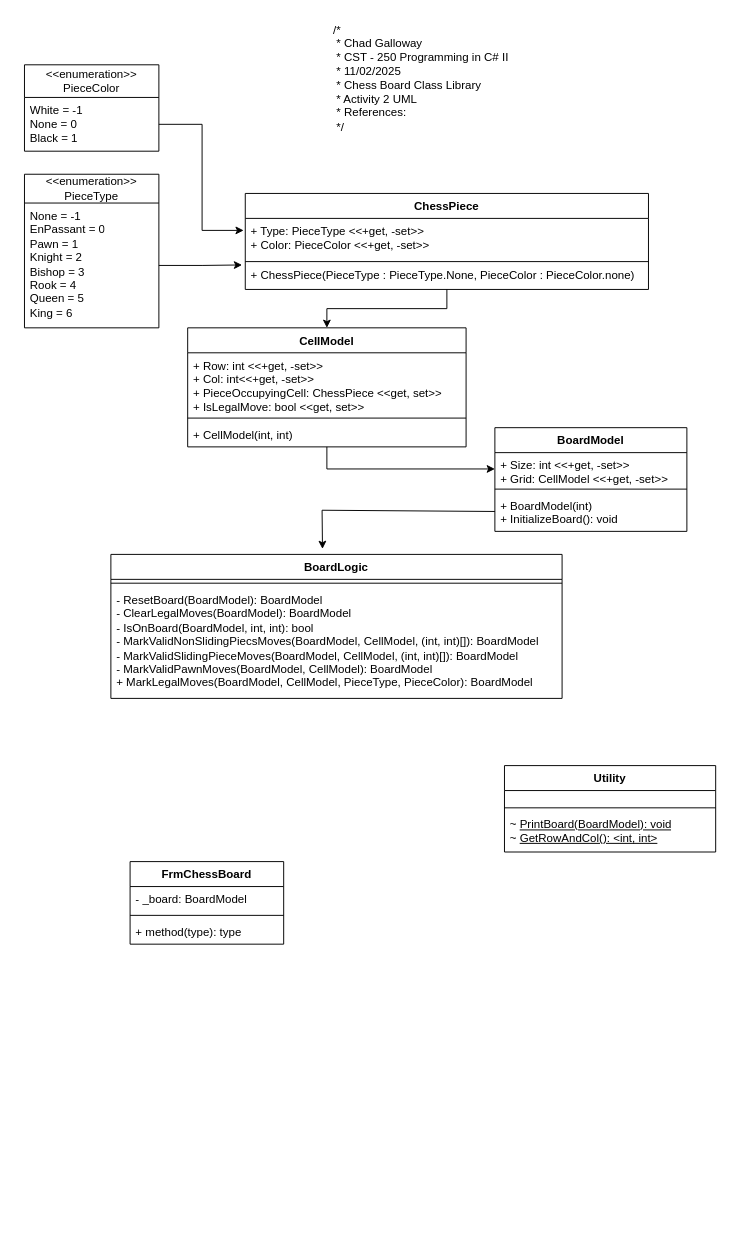
The draw.io diagram Activity 2/Pictures/Activity2_UML.drawio in CGalloway3/CST-250-Projects, before the edit. Source tidied: cells renumbered, new cells numbered last; positions are measured from the earlier drawing's top-left corner, leaving out a move shared by most shapes. Both pictures are drawn from the tidied source at 96%, with x=0, y=0 at pixel (24, 16).
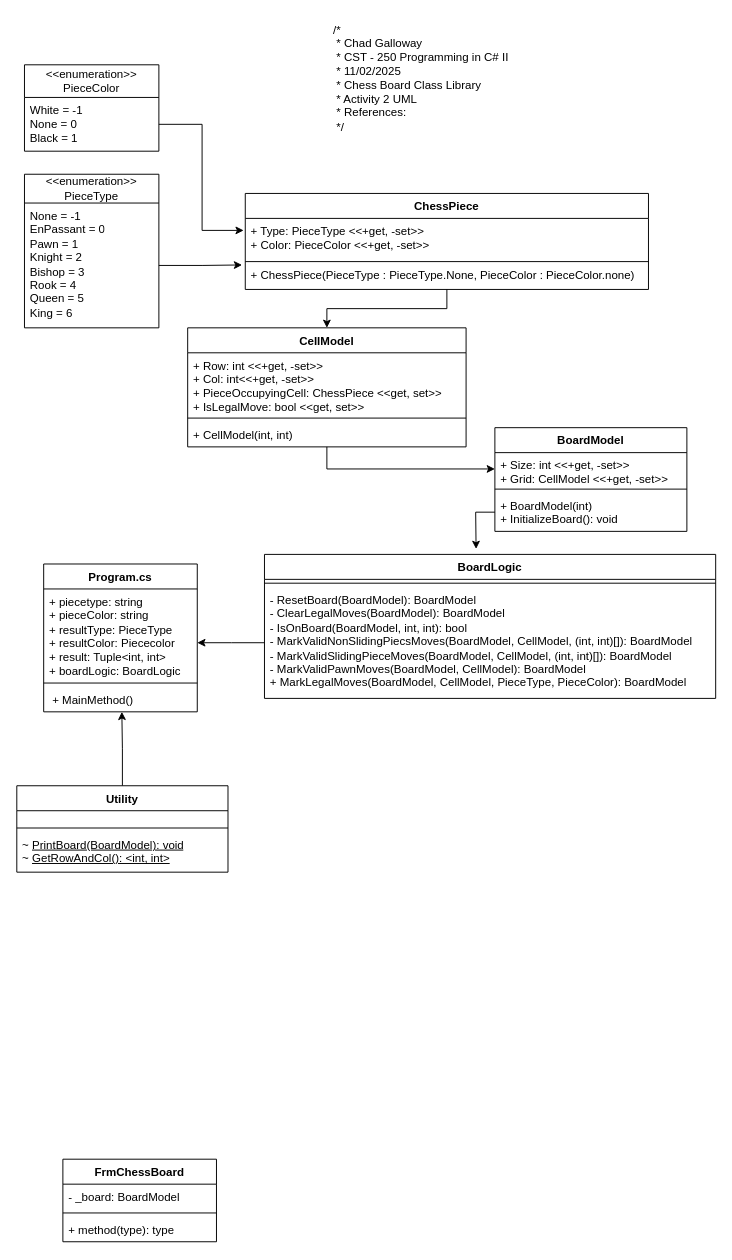
The same diagram, later.

Unchanged cells that the change refers to:
```xml
<mxCell id="10" value="+ BoardModel(int)&lt;div&gt;+ InitializeBoard(): void&lt;/div&gt;" style="text;strokeColor=none;fillColor=none;align=left;verticalAlign=top;spacingLeft=4;spacingRight=4;overflow=hidden;points=[[0,0.5],[1,0.5]];portConstraint=eastwest;whiteSpace=wrap;html=1;" parent="7" vertex="1">
  <mxGeometry y="68" width="200" height="40" as="geometry" />
</mxCell>
<mxCell id="13" value="- ResetBoard(BoardModel): BoardModel&lt;div&gt;- ClearLegalMoves(BoardModel): BoardModel&lt;br&gt;&lt;div&gt;- IsOnBoard(BoardModel, int, int): bool&lt;/div&gt;&lt;div&gt;- MarkValidNonSlidingPiecsMoves(BoardModel, CellModel, (int, int)[]): BoardModel&lt;/div&gt;&lt;div&gt;- MarkValidSlidingPieceMoves(&lt;span style=&quot;background-color: transparent; color: light-dark(rgb(0, 0, 0), rgb(255, 255, 255));&quot;&gt;BoardModel, CellModel, (int, int)[]): BoardModel&lt;/span&gt;&lt;/div&gt;&lt;div&gt;- MarkValidPawnMoves(BoardModel, CellModel): BoardModel&lt;/div&gt;&lt;div&gt;+ MarkLegalMoves(BoardModel, CellModel, PieceType, PieceColor): BoardModel&lt;/div&gt;&lt;div&gt;&lt;br&gt;&lt;/div&gt;&lt;/div&gt;" style="text;strokeColor=none;fillColor=none;align=left;verticalAlign=top;spacingLeft=4;spacingRight=4;overflow=hidden;points=[[0,0.5],[1,0.5]];portConstraint=eastwest;whiteSpace=wrap;html=1;" parent="11" vertex="1">
  <mxGeometry y="34" width="470" height="116" as="geometry" />
</mxCell>
```

What changed in the source:
```diff
@@
     <mxCell id="11" value="BoardLogic" style="swimlane;fontStyle=1;align=center;verticalAlign=top;horizontal=1;startSize=26;whiteSpace=wrap;html=1;" parent="1" vertex="1">
-      <mxGeometry x="90" y="560" width="470" height="150" as="geometry" />
+      <mxGeometry x="250" y="560" width="470" height="150" as="geometry" />
     </mxCell>
@@
+    <mxCell id="35" style="edgeStyle=orthogonalEdgeStyle;rounded=0;jettySize=auto;html=1;" parent="11" edge="1" source="13">
+      <mxGeometry relative="1" as="geometry">
+        <mxPoint x="-70" y="92" as="targetPoint" />
+      </mxGeometry>
+    </mxCell>
@@
+    <mxCell id="36" style="edgeStyle=orthogonalEdgeStyle;rounded=0;jettySize=auto;html=1;entryX=0.509;entryY=1;entryDx=0;entryDy=0;entryPerimeter=0;" parent="1" edge="1" source="14" target="40">
+      <mxGeometry relative="1" as="geometry" />
+    </mxCell>
     <mxCell id="14" value="Utility" style="swimlane;fontStyle=1;align=center;verticalAlign=top;horizontal=1;startSize=26;whiteSpace=wrap;html=1;" parent="1" vertex="1">
-      <mxGeometry x="500" y="780" width="220" height="90" as="geometry" />
+      <mxGeometry x="-8" y="801" width="220" height="90" as="geometry" />
     </mxCell>
@@
     <mxCell id="18" value="FrmChessBoard" style="swimlane;fontStyle=1;align=center;verticalAlign=top;horizontal=1;startSize=26;whiteSpace=wrap;html=1;" parent="1" vertex="1">
-      <mxGeometry x="110" y="880" width="160" height="86" as="geometry" />
+      <mxGeometry x="40" y="1190" width="160" height="86" as="geometry" />
     </mxCell>
@@
     <mxCell id="23" style="endArrow=classic;html=1;rounded=0;entryX=0.469;entryY=-0.038;entryDx=0;entryDy=0;entryPerimeter=0;" parent="1" edge="1" source="10" target="11">
       <mxGeometry relative="1" as="geometry">
         <Array as="points">
-          <mxPoint x="310" y="514" />
+          <mxPoint x="470" y="516" />
         </Array>
       </mxGeometry>
     </mxCell>
@@
+    <mxCell id="37" value="Program.cs" style="swimlane;fontStyle=1;align=center;verticalAlign=top;horizontal=1;startSize=26;whiteSpace=wrap;html=1;" parent="1" vertex="1">
+      <mxGeometry x="20" y="570" width="160" height="154" as="geometry" />
+    </mxCell>
+    <mxCell id="38" value="+ piecetype: string&lt;div&gt;+ pieceColor: string&lt;/div&gt;&lt;div&gt;+ resultType: PieceType&lt;/div&gt;&lt;div&gt;+ resultColor: Piececolor&lt;/div&gt;&lt;div&gt;+ result: Tuple&amp;lt;int, int&amp;gt;&lt;/div&gt;&lt;div&gt;+ boardLogic: BoardLogic&lt;/div&gt;" style="text;strokeColor=none;fillColor=none;align=left;verticalAlign=top;spacingLeft=4;spacingRight=4;overflow=hidden;whiteSpace=wrap;html=1;" parent="37" vertex="1">
+      <mxGeometry y="26" width="160" height="94" as="geometry" />
+    </mxCell>
+    <mxCell id="39" style="line;strokeWidth=1;fillColor=none;align=left;verticalAlign=middle;spacingTop=-1;spacingLeft=3;spacingRight=3;labelPosition=right;strokeColor=inherit;" parent="37" vertex="1">
+      <mxGeometry y="120" width="160" height="8" as="geometry" />
+    </mxCell>
+    <mxCell id="40" value="&amp;nbsp;+ MainMethod()" style="text;strokeColor=none;fillColor=none;align=left;verticalAlign=top;spacingLeft=4;spacingRight=4;overflow=hidden;points=[[0,0.5],[1,0.5]];portConstraint=eastwest;whiteSpace=wrap;html=1;" parent="37" vertex="1">
+      <mxGeometry y="128" width="160" height="26" as="geometry" />
+    </mxCell>
```
